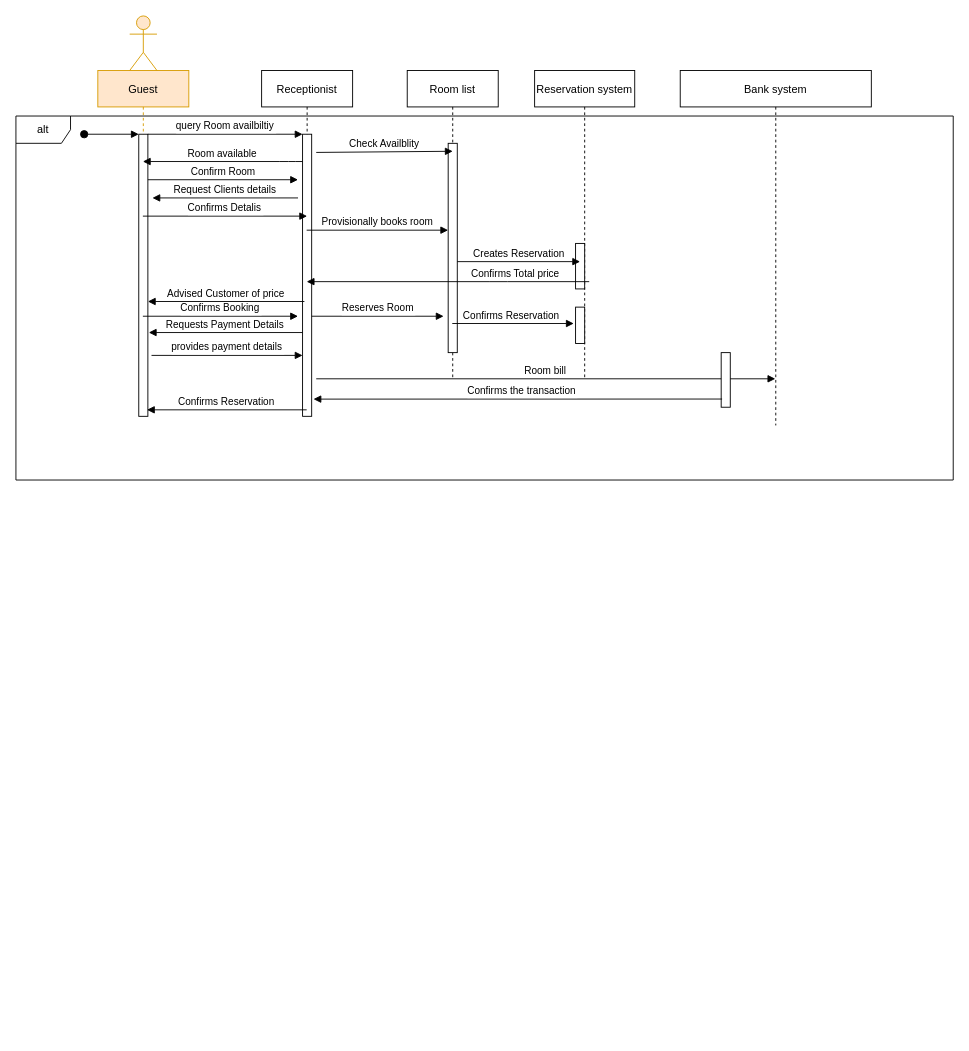
Earlier version of the draw.io diagram sequence.drawio (AhmedTarek-95/System-Desine). Source tidied: cells renumbered, new cells numbered last; positions are measured from the earlier drawing's top-left corner, leaving out a move shared by most shapes. Both pictures are drawn from the tidied source at 91%, with x=0, y=0 at pixel (15, 15).
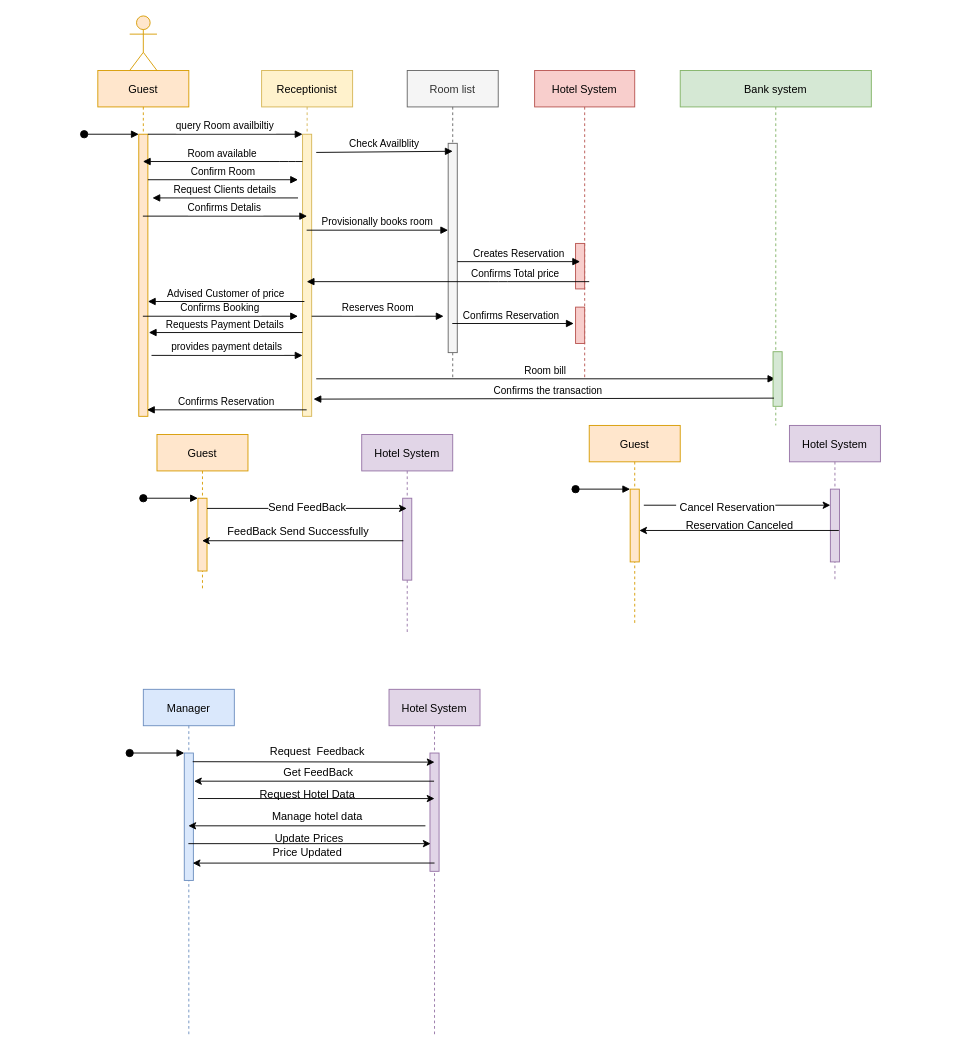
The same page after the edit.

The change refers to these unchanged cells:
```xml
<mxCell id="2" value="Guest" style="shape=umlLifeline;perimeter=lifelinePerimeter;rounded=0;shadow=0;strokeWidth=1;perimeterSpacing=0;fillColor=#ffe6cc;strokeColor=#d79b00;" parent="1" vertex="1">
  <mxGeometry x="90" y="60" width="100" height="380" as="geometry" />
</mxCell>
```

Diff of the diagram source:
```diff
@@
-    <mxCell id="3" style="points=[];perimeter=orthogonalPerimeter;rounded=0;shadow=0;strokeWidth=1;" parent="2" vertex="1">
+    <mxCell id="3" style="points=[];perimeter=orthogonalPerimeter;rounded=0;shadow=0;strokeWidth=1;fillColor=#ffe6cc;strokeColor=#d79b00;" parent="2" vertex="1">
       <mxGeometry x="45" y="70" width="10" height="310" as="geometry" />
     </mxCell>
@@
-    <mxCell id="5" value="Receptionist" style="shape=umlLifeline;perimeter=lifelinePerimeter;rounded=0;shadow=0;strokeWidth=1;" parent="1" vertex="1">
+    <mxCell id="5" value="Receptionist" style="shape=umlLifeline;perimeter=lifelinePerimeter;rounded=0;shadow=0;strokeWidth=1;fillColor=#fff2cc;strokeColor=#d6b656;" parent="1" vertex="1">
       <mxGeometry x="270" y="60" width="100" height="380" as="geometry" />
     </mxCell>
-    <mxCell id="6" style="points=[];perimeter=orthogonalPerimeter;rounded=0;shadow=0;strokeWidth=1;" parent="5" vertex="1">
+    <mxCell id="6" style="points=[];perimeter=orthogonalPerimeter;rounded=0;shadow=0;strokeWidth=1;fillColor=#fff2cc;strokeColor=#d6b656;" parent="5" vertex="1">
       <mxGeometry x="45" y="70" width="10" height="310" as="geometry" />
     </mxCell>
@@
-    <mxCell id="9" value="Room list" style="shape=umlLifeline;perimeter=lifelinePerimeter;rounded=0;shadow=0;strokeWidth=1;" parent="1" vertex="1">
+    <mxCell id="9" value="Room list" style="shape=umlLifeline;perimeter=lifelinePerimeter;rounded=0;shadow=0;strokeWidth=1;fillColor=#f5f5f5;fontColor=#333333;strokeColor=#666666;" parent="1" vertex="1">
       <mxGeometry x="430" y="60" width="100" height="340" as="geometry" />
     </mxCell>
-    <mxCell id="10" style="points=[];perimeter=orthogonalPerimeter;rounded=0;shadow=0;strokeWidth=1;" parent="9" vertex="1">
+    <mxCell id="10" style="points=[];perimeter=orthogonalPerimeter;rounded=0;shadow=0;strokeWidth=1;fillColor=#f5f5f5;fontColor=#333333;strokeColor=#666666;" parent="9" vertex="1">
       <mxGeometry x="45" y="80" width="10" height="230" as="geometry" />
     </mxCell>
-    <mxCell id="11" value="Reservation system" style="shape=umlLifeline;perimeter=lifelinePerimeter;rounded=0;shadow=0;strokeWidth=1;" parent="1" vertex="1">
+    <mxCell id="11" value="Hotel System" style="shape=umlLifeline;perimeter=lifelinePerimeter;rounded=0;shadow=0;strokeWidth=1;fillColor=#f8cecc;strokeColor=#b85450;" parent="1" vertex="1">
       <mxGeometry x="570" y="60" width="110" height="340" as="geometry" />
     </mxCell>
-    <mxCell id="12" style="perimeter=orthogonalPerimeter;rounded=0;shadow=0;strokeWidth=1;" parent="11" vertex="1">
+    <mxCell id="12" style="perimeter=orthogonalPerimeter;rounded=0;shadow=0;strokeWidth=1;fillColor=#f8cecc;strokeColor=#b85450;" parent="11" vertex="1">
       <mxGeometry x="45" y="190" width="10" height="50" as="geometry" />
     </mxCell>
-    <mxCell id="13" style="points=[];perimeter=orthogonalPerimeter;rounded=0;shadow=0;strokeWidth=1;" parent="11" vertex="1">
+    <mxCell id="13" style="points=[];perimeter=orthogonalPerimeter;rounded=0;shadow=0;strokeWidth=1;fillColor=#f8cecc;strokeColor=#b85450;" parent="11" vertex="1">
       <mxGeometry x="45" y="260" width="10" height="40" as="geometry" />
     </mxCell>
-    <mxCell id="14" value="Bank system" style="shape=umlLifeline;perimeter=lifelinePerimeter;rounded=0;shadow=0;strokeWidth=1;" parent="1" vertex="1">
+    <mxCell id="14" value="Bank system" style="shape=umlLifeline;perimeter=lifelinePerimeter;rounded=0;shadow=0;strokeWidth=1;fillColor=#d5e8d4;strokeColor=#82b366;" parent="1" vertex="1">
       <mxGeometry x="730" y="60" width="210" height="390" as="geometry" />
     </mxCell>
@@
-    <mxCell id="29" style="points=[];perimeter=orthogonalPerimeter;rounded=0;shadow=0;strokeWidth=1;" parent="1" vertex="1">
-      <mxGeometry x="775" y="370" width="10" height="60" as="geometry" />
+    <mxCell id="29" style="points=[];perimeter=orthogonalPerimeter;rounded=0;shadow=0;strokeWidth=1;fillColor=#d5e8d4;strokeColor=#82b366;" parent="1" vertex="1">
+      <mxGeometry x="832" y="369" width="10" height="60" as="geometry" />
     </mxCell>
@@
-    <mxCell id="33" value="alt" style="shape=umlFrame;whiteSpace=wrap;html=1;" parent="1" vertex="1">
-      <mxGeometry y="110" width="1030" height="400" as="geometry" />
-    </mxCell>
+    <mxCell id="34" value="Manager" style="shape=umlLifeline;perimeter=lifelinePerimeter;rounded=0;shadow=0;strokeWidth=1;perimeterSpacing=0;fillColor=#dae8fc;strokeColor=#6c8ebf;" parent="1" vertex="1">
+      <mxGeometry x="140" y="740" width="100" height="380" as="geometry" />
+    </mxCell>
+    <mxCell id="35" style="points=[];perimeter=orthogonalPerimeter;rounded=0;shadow=0;strokeWidth=1;fillColor=#dae8fc;strokeColor=#6c8ebf;" parent="34" vertex="1">
+      <mxGeometry x="45" y="70" width="10" height="140" as="geometry" />
+    </mxCell>
+    <mxCell id="36" style="verticalAlign=bottom;startArrow=oval;endArrow=block;startSize=8;shadow=0;strokeWidth=1;" parent="34" edge="1" target="35">
+      <mxGeometry x="0.5" y="20" relative="1" as="geometry">
+        <mxPoint x="-15" y="70" as="sourcePoint" />
+      </mxGeometry>
+    </mxCell>
+    <mxCell id="37" value="Hotel System" style="shape=umlLifeline;perimeter=lifelinePerimeter;rounded=0;shadow=0;strokeWidth=1;perimeterSpacing=0;fillColor=#e1d5e7;strokeColor=#9673a6;" parent="1" vertex="1">
+      <mxGeometry x="410" y="740" width="100" height="380" as="geometry" />
+    </mxCell>
+    <mxCell id="38" style="points=[];perimeter=orthogonalPerimeter;rounded=0;shadow=0;strokeWidth=1;fillColor=#e1d5e7;strokeColor=#9673a6;" parent="37" vertex="1">
+      <mxGeometry x="45" y="70" width="10" height="130" as="geometry" />
+    </mxCell>
+    <mxCell id="39" style="endArrow=classic;html=1;rounded=0;startArrow=none;entryX=1.071;entryY=0.221;entryDx=0;entryDy=0;entryPerimeter=0;" parent="1" edge="1" source="37" target="35">
+      <mxGeometry relative="1" as="geometry" />
+    </mxCell>
+    <mxCell id="40" value="&lt;span style=&quot;background-color: rgb(255 , 255 , 255)&quot;&gt;Update Prices&lt;/span&gt;" style="text;html=1;align=center;verticalAlign=middle;strokeColor=none;fillColor=none;" parent="1" vertex="1">
+      <mxGeometry x="277" y="894" width="90" height="20" as="geometry" />
+    </mxCell>
+    <mxCell id="41" value="Hotel System" style="shape=umlLifeline;perimeter=lifelinePerimeter;rounded=0;shadow=0;strokeWidth=1;perimeterSpacing=0;fillColor=#e1d5e7;strokeColor=#9673a6;" parent="1" vertex="1">
+      <mxGeometry x="380" y="460" width="100" height="220" as="geometry" />
+    </mxCell>
+    <mxCell id="42" style="points=[];perimeter=orthogonalPerimeter;rounded=0;shadow=0;strokeWidth=1;fillColor=#e1d5e7;strokeColor=#9673a6;" parent="41" vertex="1">
+      <mxGeometry x="45" y="70" width="10" height="90" as="geometry" />
+    </mxCell>
+    <mxCell id="43" value="Guest" style="shape=umlLifeline;perimeter=lifelinePerimeter;rounded=0;shadow=0;strokeWidth=1;perimeterSpacing=0;fillColor=#ffe6cc;strokeColor=#d79b00;" parent="1" vertex="1">
+      <mxGeometry x="155" y="460" width="100" height="170" as="geometry" />
+    </mxCell>
+    <mxCell id="44" style="points=[];perimeter=orthogonalPerimeter;rounded=0;shadow=0;strokeWidth=1;fillColor=#ffe6cc;strokeColor=#d79b00;" parent="43" vertex="1">
+      <mxGeometry x="45" y="70" width="10" height="80" as="geometry" />
+    </mxCell>
+    <mxCell id="45" style="verticalAlign=bottom;startArrow=oval;endArrow=block;startSize=8;shadow=0;strokeWidth=1;" parent="43" edge="1" target="44">
+      <mxGeometry x="0.5" y="20" relative="1" as="geometry">
+        <mxPoint x="-15" y="70" as="sourcePoint" />
+      </mxGeometry>
+    </mxCell>
+    <mxCell id="46" style="endArrow=classic;html=1;rounded=0;" parent="1" edge="1" target="34">
+      <mxGeometry relative="1" as="geometry">
+        <mxPoint x="450" y="890" as="sourcePoint" />
+      </mxGeometry>
+    </mxCell>
+    <mxCell id="47" style="endArrow=classic;html=1;rounded=0;entryX=0.071;entryY=0.766;entryDx=0;entryDy=0;entryPerimeter=0;" parent="1" edge="1" source="34" target="38">
+      <mxGeometry relative="1" as="geometry" />
+    </mxCell>
+    <mxCell id="48" style="endArrow=classic;html=1;rounded=0;exitX=1;exitY=0.14;exitDx=0;exitDy=0;exitPerimeter=0;" parent="1" edge="1" source="44" target="41">
+      <mxGeometry relative="1" as="geometry" />
+    </mxCell>
+    <mxCell id="49" value="&lt;span style=&quot;background-color: rgb(255 , 255 , 255)&quot;&gt;Send FeedBack&lt;/span&gt;" style="text;html=1;align=center;verticalAlign=middle;strokeColor=none;fillColor=none;" parent="1" vertex="1">
+      <mxGeometry x="270" y="530" width="100" height="20" as="geometry" />
+    </mxCell>
+    <mxCell id="50" value="Guest" style="shape=umlLifeline;perimeter=lifelinePerimeter;rounded=0;shadow=0;strokeWidth=1;perimeterSpacing=0;fillColor=#ffe6cc;strokeColor=#d79b00;" parent="1" vertex="1">
+      <mxGeometry x="630" y="450" width="100" height="220" as="geometry" />
+    </mxCell>
+    <mxCell id="51" style="points=[];perimeter=orthogonalPerimeter;rounded=0;shadow=0;strokeWidth=1;fillColor=#ffe6cc;strokeColor=#d79b00;" parent="50" vertex="1">
+      <mxGeometry x="45" y="70" width="10" height="80" as="geometry" />
+    </mxCell>
+    <mxCell id="52" style="verticalAlign=bottom;startArrow=oval;endArrow=block;startSize=8;shadow=0;strokeWidth=1;" parent="50" edge="1" target="51">
+      <mxGeometry x="0.5" y="20" relative="1" as="geometry">
+        <mxPoint x="-15" y="70" as="sourcePoint" />
+      </mxGeometry>
+    </mxCell>
+    <mxCell id="53" value="Hotel System" style="shape=umlLifeline;perimeter=lifelinePerimeter;rounded=0;shadow=0;strokeWidth=1;perimeterSpacing=0;fillColor=#e1d5e7;strokeColor=#9673a6;" parent="1" vertex="1">
+      <mxGeometry x="850" y="450" width="100" height="170" as="geometry" />
+    </mxCell>
+    <mxCell id="54" style="points=[];perimeter=orthogonalPerimeter;rounded=0;shadow=0;strokeWidth=1;fillColor=#e1d5e7;strokeColor=#9673a6;" parent="53" vertex="1">
+      <mxGeometry x="45" y="70" width="10" height="80" as="geometry" />
+    </mxCell>
+    <mxCell id="55" style="endArrow=classic;html=1;rounded=0;exitX=1.5;exitY=0.221;exitDx=0;exitDy=0;exitPerimeter=0;" parent="1" edge="1" source="51" target="54">
+      <mxGeometry relative="1" as="geometry" />
+    </mxCell>
+    <mxCell id="56" value="&lt;span style=&quot;background-color: rgb(255 , 255 , 255)&quot;&gt;&amp;nbsp;Cancel Reservation&lt;/span&gt;" style="text;html=1;align=center;verticalAlign=middle;strokeColor=none;fillColor=none;" parent="1" vertex="1">
+      <mxGeometry x="720" y="530" width="120" height="20" as="geometry" />
+    </mxCell>
+    <mxCell id="57" style="endArrow=classic;html=1;rounded=0;exitX=0.929;exitY=0.568;exitDx=0;exitDy=0;exitPerimeter=0;" parent="1" edge="1" source="54" target="51">
+      <mxGeometry relative="1" as="geometry" />
+    </mxCell>
+    <mxCell id="58" value="Reservation Canceled" style="text;html=1;align=center;verticalAlign=middle;strokeColor=none;fillColor=none;" parent="1" vertex="1">
+      <mxGeometry x="730" y="550" width="130" height="20" as="geometry" />
+    </mxCell>
+    <mxCell id="59" style="endArrow=classic;html=1;rounded=0;exitX=0.071;exitY=0.519;exitDx=0;exitDy=0;exitPerimeter=0;" parent="1" edge="1" source="42" target="43">
+      <mxGeometry relative="1" as="geometry" />
+    </mxCell>
+    <mxCell id="60" value="FeedBack Send Successfully" style="text;html=1;align=center;verticalAlign=middle;strokeColor=none;fillColor=none;" parent="1" vertex="1">
+      <mxGeometry x="225" y="557" width="170" height="20" as="geometry" />
+    </mxCell>
+    <mxCell id="61" style="endArrow=classic;html=1;rounded=0;exitX=0.929;exitY=0.068;exitDx=0;exitDy=0;exitPerimeter=0;" parent="1" edge="1" source="35">
+      <mxGeometry relative="1" as="geometry">
+        <mxPoint x="460" y="820" as="targetPoint" />
+      </mxGeometry>
+    </mxCell>
+    <mxCell id="62" value="Get FeedBack" style="text;html=1;align=center;verticalAlign=middle;strokeColor=none;fillColor=none;" parent="1" vertex="1">
+      <mxGeometry x="287" y="822" width="90" height="20" as="geometry" />
+    </mxCell>
+    <mxCell id="63" value="Request&amp;nbsp; Feedback" style="text;html=1;align=center;verticalAlign=middle;strokeColor=none;fillColor=none;" parent="1" vertex="1">
+      <mxGeometry x="271" y="799" width="120" height="20" as="geometry" />
+    </mxCell>
+    <mxCell id="64" value="&lt;span style=&quot;background-color: rgb(255 , 255 , 255)&quot;&gt;Manage hotel data&lt;/span&gt;" style="text;html=1;align=center;verticalAlign=middle;strokeColor=none;fillColor=none;" parent="1" vertex="1">
+      <mxGeometry x="276" y="870" width="110" height="20" as="geometry" />
+    </mxCell>
+    <mxCell id="65" style="endArrow=classic;html=1;rounded=0;entryX=0.5;entryY=0.385;entryDx=0;entryDy=0;entryPerimeter=0;" parent="1" edge="1" target="38">
+      <mxGeometry relative="1" as="geometry">
+        <mxPoint x="200" y="860" as="sourcePoint" />
+      </mxGeometry>
+    </mxCell>
+    <mxCell id="66" value="Request Hotel Data" style="text;html=1;align=center;verticalAlign=middle;strokeColor=none;fillColor=none;" parent="1" vertex="1">
+      <mxGeometry x="260" y="846" width="120" height="20" as="geometry" />
+    </mxCell>
+    <mxCell id="67" style="endArrow=classic;html=1;rounded=0;exitX=0.5;exitY=0.93;exitDx=0;exitDy=0;exitPerimeter=0;entryX=0.929;entryY=0.864;entryDx=0;entryDy=0;entryPerimeter=0;" parent="1" edge="1" source="38" target="35">
+      <mxGeometry relative="1" as="geometry" />
+    </mxCell>
+    <mxCell id="68" value="Price Updated" style="text;html=1;align=center;verticalAlign=middle;strokeColor=none;fillColor=none;" parent="1" vertex="1">
+      <mxGeometry x="275" y="910" width="90" height="20" as="geometry" />
+    </mxCell>
```
